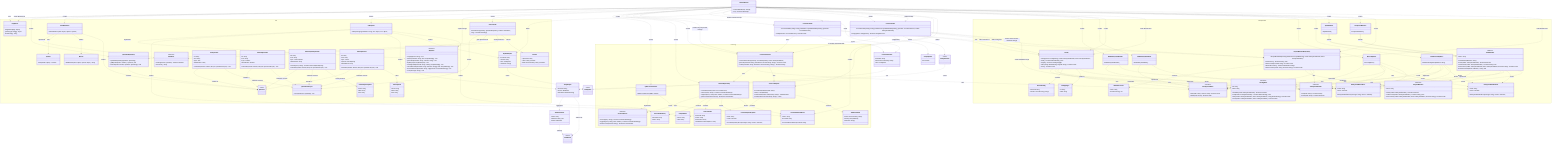
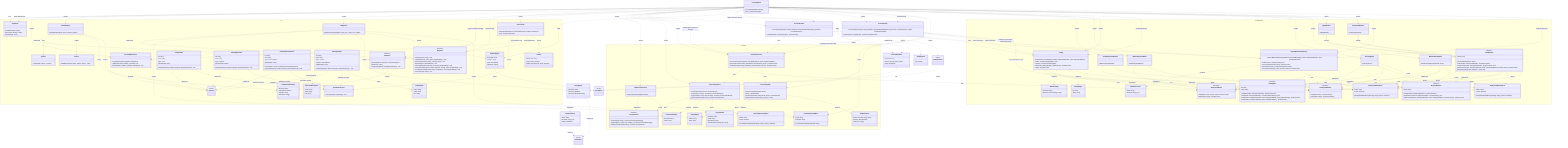
classDiagram
  direction TB

  class LicenseWizard {
    +LicenseWizard(args: string[])
    +run() Promise~Answer[]~
  }

  class LicenseInstaller {
    +LicenseInstaller(config: Config, manifests: ProjectManifestRepository, generator: LicenseGenerator)
    +install(selection: LicenseSelection) Promise~void~
  }

  class LicenseVerifier {
    +LicenseVerifier(config: Config, manifests: ProjectManifestRepository, generator: LicenseGenerator, reader: IFileSystemReader)
    +verify(options: VerifyOptions) Promise~VerifyOutcome~
  }

  class LicenseSelection {
    +licenseId: string
    +tokens: Record~string, string~
    +save: ConfigSave
  }

  class ConfigSave {
    <<union>>
  }

  class VerifyOptions {
    +fix: boolean
  }

  class VerifyOutcome {
    <<union>>
  }

  class VerifyReport {
    +licenseId: string
    +license: DriftStatus
    +manifests: ManifestCheck[]
  }

  class ManifestCheck {
    +name: string
    +declared: string | null
    +status: DriftStatus
  }

  class DriftStatus {
    <<union>>
  }

  namespace CLI {
    class FlagParser {
      +FlagParser(flags: object)
      +parse(args: string[]) object
      +formatHelp() string
    }

    class Orchestrator {
      +Orchestrator(repository: QuestionRepository, renderer: IRenderer)
      +run() Promise~Answer[]~
    }

    class IRenderer {
      <<interface>>
      +render(question: Question) Promise~Answer~
      +onCancel() string
+       +complete(summary: CompletionSummary) void
+     }
+ 
+     class CompletionSummary {
+       +licenseId: string
+       +customized: boolean
+       +savedTo: string
+       +manifests: string[]
    }

    class ClackRenderer {
      +ClackRenderer(meta: object, spinner: Spinner)
    }

    class IReporter {
      <<interface>>
      +usage(options: string) void
      +tokens(licenseId: string, slots: TemplateSlot[]) void
      +generated(licenseId: string, savedTo: string) void
      +dryRun(report: DryRunReport) void
      +missingFields(licenseId: string, missing: TemplateSlot[]) void
      +unknownFields(licenseId: string, unknown: string[], slots: TemplateSlot[]) void
      +licenseNotFound(licenseId: string, suggestions: LicenseIndexEntry[]) void
      +error(message: string) void
    }

    class DryRunReport {
      +licenseId: string
      +content: string
      +save: ConfigSave
      +manifests: string[]
    }

    class CliReporter {
      +CliReporter(programName: string, out?: object, err?: object)
    }

    class Banner {
      +buildBanner(meta: object, options: object) string
    }

    class Spinner {
      +start(handle: object) Function
    }

    class QuestionRepository {
      +QuestionRepository(questions: Question[])
      +getByIndex(index: number) Question | null
      +insertAt(index: number, questions: Question[]) void
    }

    class QuestionLifecycle {
      +inject(questions: Question[]) void
    }

    class Question {
      <<union>>
    }

    class TextQuestion {
      +id: string
      +text: string
      +type: "text"
      +defaultValue: string
      +onAnswer(answer: Answer, lifecycle: QuestionLifecycle) void
    }

    class ConfirmQuestion {
      +id: string
      +text: string
      +type: "confirm"
      +defaultValue: boolean
      +onAnswer(answer: Answer, lifecycle: QuestionLifecycle) void
    }

    class AutocompleteQuestion {
      +id: string
      +text: string
      +type: "autocomplete"
      +defaultValue: string
      +search(query: string) Promise~AutocompleteOption[]~
      +onAnswer(answer: Answer, lifecycle: QuestionLifecycle) void
    }

    class AutocompleteOption {
      +value: string
      +label: string
      +hint: string
    }

    class SelectQuestion {
      +id: string
      +text: string
      +type: "select"
      +options: SelectOption[]
      +defaultValue: string
      +onAnswer(answer: Answer, lifecycle: QuestionLifecycle) void
    }

    class SelectOption {
      +value: string
      +label: string
      +hint: string
    }

    class Answer {
      +questionId: string
      +value: string | boolean
      +fields: Record~string, string | boolean~
    }
  }

  namespace Licensing {
    class LicenseRepository {
      +LicenseRepository(source: ILicenseSource)
      +search(query: string) Promise~LicenseIndexEntry[]~
      +suggest(query: string, limit: number) Promise~LicenseIndexEntry[]~
      +getLicense(licenseId: string) Promise~LicenseDetail~
    }

    class LicenseRepositoryError {
      +name: string
      +cause: unknown
      +LicenseRepositoryError(message: string, cause?: unknown)
    }

    class LicenseNotFoundError {
      +name: string
      +licenseId: string
      +LicenseNotFoundError(licenseId: string)
    }

    class ILicenseSource {
      <<interface>>
      +search(query: string) Promise~LicenseIndexEntry[]~
      +suggest(query: string, limit: number) Promise~LicenseIndexEntry[]~
      +fetchLicense(licenseId: string) Promise~LicenseDetail~
    }

    class SpdxLicenseSource {
      +SpdxLicenseSource(ttlMs: number)
    }

    class LicenseIndexEntry {
      +licenseId: string
      +name: string
    }

    class LicenseDetail {
      +licenseId: string
      +name: string
      +licenseText: string
      +standardLicenseTemplate?: string
    }

    class LicenseTemplate {
      +LicenseTemplate(template: string)
      +slots() TemplateSlot[]
      +resolveSlots(entries: Map~string, string~) SlotResolution
      +render(values: Record~string, string~) string
    }

    class TemplateSlot {
      +token: string
      +label: string
    }

    class SlotResolution {
      +values: Record~string, string~
      +missing: TemplateSlot[]
      +unknown: string[]
    }

    class LicenseGenerator {
      +LicenseGenerator(repository: LicenseRepository, writer: IFileSystemWriter)
      +generate(licenseId: string, slotValues?: Record~string, string~) Promise~void~
      +render(licenseId: string, slotValues?: Record~string, string~) Promise~string~
    }
  }

  namespace Configuration {
    class IFileSystemReader {
      <<interface>>
      +read(path: string) Promise~string~
      +exists(path: string) Promise~boolean~
    }

    class IFileSystemWriter {
      <<interface>>
      +write(path: string, content: string) Promise~void~
      +delete(path: string) Promise~void~
    }

    class NodeFileSystemReader {
      +NodeFileSystemReader()
    }

    class NodeFileSystemWriter {
      +NodeFileSystemWriter()
    }

    class FileSystemReaderError {
      +name: string
      +cause: unknown
      +FileSystemReaderError(message: string, cause?: unknown)
    }

    class FileSystemWriterError {
      +name: string
      +cause: unknown
      +FileSystemWriterError(message: string, cause?: unknown)
    }

    class WizardConfig {
      +licenseId: string
      +tokens?: Record~string, string~
    }

    class ConfigTarget {
      +id: string
      +label: string
    }

    class IConfigStore {
      <<interface>>
      +id: string
      +label: string
      +available(reader: IFileSystemReader) Promise~boolean~
      +read(reader: IFileSystemReader) Promise~WizardConfig | null~
      +write(reader: IFileSystemReader, writer: IFileSystemWriter, config: WizardConfig) Promise~void~
      +clear(reader: IFileSystemReader, writer: IFileSystemWriter) Promise~void~
    }

    class RcConfigStore {
      +RcConfigStore()
    }

    class ManifestConfigStore {
      +ManifestConfigStore(fileName: string)
    }

    class Config {
      +Config(stores: IConfigStore[], reader: IFileSystemReader, writer: IFileSystemWriter)
      +read() Promise~WizardConfig | null~
      +targets() Promise~ConfigTarget[]~
      +write(config: WizardConfig, targetId: string) Promise~void~
      +clear() Promise~void~
    }

    class IProjectManifest {
      <<interface>>
      +name: string
      +exists(reader: IFileSystemReader) Promise~boolean~
      +readLicense(reader: IFileSystemReader) Promise~string | null~
      +writeLicense(reader: IFileSystemReader, writer: IFileSystemWriter, licenseId: string) Promise~void~
    }

    class JsonManifest {
      <<abstract>>
      +JsonManifest(fileName: string)
      +name: string
      +exists(reader: IFileSystemReader) Promise~boolean~
      +readLicense(reader: IFileSystemReader) Promise~string | null~
      +writeLicense(reader: IFileSystemReader, writer: IFileSystemWriter, licenseId: string) Promise~void~
      #extractLicenseId(value: unknown)* string | null
    }

    class NpmManifest {
      +NpmManifest()
    }

    class ComposerManifest {
      +ComposerManifest()
    }

    class ProjectManifestRepository {
      +ProjectManifestRepository(manifests: IProjectManifest[], reader: IFileSystemReader, writer: IFileSystemWriter)
      +readLicense() Promise~string | null~
      +writeLicense(licenseId: string) Promise~void~
      +declaredLicenses() Promise~ManifestLicense[]~
      +writeLicenseTo(name: string, licenseId: string) Promise~void~
    }

    class ManifestLicense {
      +name: string
      +licenseId: string | null
    }
  }

  TextQuestion ..|> Question : member of
  ConfirmQuestion ..|> Question : member of
  AutocompleteQuestion ..|> Question : member of
  SelectQuestion ..|> Question : member of
  TextQuestion ..> QuestionLifecycle : onAnswer receives
  ConfirmQuestion ..> QuestionLifecycle : onAnswer receives
  AutocompleteQuestion ..> QuestionLifecycle : onAnswer receives
  SelectQuestion ..> QuestionLifecycle : onAnswer receives
  SelectQuestion ..> SelectOption : offers
  Orchestrator ..> QuestionLifecycle : creates
  ClackRenderer ..|> IRenderer : implements
  ClackRenderer ..> Spinner : uses
  ClackRenderer ..> Banner : renders
+   IRenderer ..> CompletionSummary : renders
+   ClackRenderer ..> CompletionSummary : renders
  CliReporter ..|> IReporter : implements
  CliReporter ..> TemplateSlot : renders
  CliReporter ..> VerifyReport : renders
  CliReporter ..> DryRunReport : renders
  LicenseWizard ..> FlagParser : uses
  LicenseWizard ..> FlagParser : reads defaults from
  LicenseWizard ..> QuestionRepository : creates
  LicenseWizard ..> ClackRenderer : creates
  LicenseWizard ..> CliReporter : creates
+   LicenseWizard ..> IRenderer : reports completion through
  LicenseWizard ..> IReporter : reports through
  LicenseWizard ..> Orchestrator : creates
  LicenseWizard ..> SpdxLicenseSource : creates
  LicenseWizard ..> LicenseRepository : creates
  LicenseWizard ..> LicenseGenerator : creates
  LicenseWizard ..> LicenseGenerator : renders dry-run preview through
  LicenseWizard ..> LicenseInstaller : creates
  LicenseWizard ..> LicenseInstaller : applies selection through
  LicenseWizard ..> LicenseSelection : builds
  LicenseWizard ..> DryRunReport : builds
  LicenseWizard ..> LicenseVerifier : creates
  LicenseWizard ..> LicenseVerifier : verifies through
  LicenseInstaller ..> Config : uses
  LicenseInstaller ..> ProjectManifestRepository : writes selection to
  LicenseInstaller ..> LicenseGenerator : uses
  LicenseInstaller ..> LicenseSelection : applies
  LicenseVerifier ..> Config : reads config from
  LicenseVerifier ..> ProjectManifestRepository : checks and reconciles manifests through
  LicenseVerifier ..> LicenseGenerator : re-renders and rewrites with
  LicenseVerifier ..> IFileSystemReader : reads LICENSE through
  LicenseVerifier ..> VerifyOptions : configured by
  LicenseVerifier ..> VerifyOutcome : returns
  VerifyOutcome ..> VerifyReport : carries
  VerifyReport ..> ManifestCheck : aggregates
  VerifyReport ..> DriftStatus : statuses by
  ManifestCheck ..> DriftStatus : status by
  ProjectManifestRepository ..> ManifestLicense : produces
  LicenseSelection ..> ConfigSave : has
  DryRunReport ..> ConfigSave : carries
  Orchestrator ..> QuestionRepository : gets questions from
  Orchestrator ..> IRenderer : feeds questions to
  ClackRenderer ..> Question : renders
  QuestionRepository ..> Question : produces
  AutocompleteQuestion ..> AutocompleteOption : search produces
  Orchestrator ..> Answer : collects
  SpdxLicenseSource ..|> ILicenseSource : implements
  LicenseRepository ..> ILicenseSource : uses
  LicenseRepository ..> LicenseIndexEntry : produces
  LicenseRepository ..> LicenseDetail : produces
  LicenseRepository ..> LicenseRepositoryError : throws
  LicenseRepository ..> LicenseNotFoundError : throws
  SpdxLicenseSource ..> LicenseNotFoundError : throws
  LicenseWizard ..> LicenseNotFoundError : handles
  CliReporter ..> LicenseIndexEntry : renders
  LicenseGenerator ..> LicenseRepository : uses
  LicenseGenerator ..> IFileSystemWriter : uses
  LicenseGenerator ..> LicenseTemplate : uses
  LicenseTemplate ..> TemplateSlot : produces
  LicenseTemplate ..> SlotResolution : produces
  LicenseWizard ..> LicenseTemplate : creates
  NodeFileSystemReader ..|> IFileSystemReader : implements
  NodeFileSystemWriter ..|> IFileSystemWriter : implements
  NodeFileSystemReader ..> FileSystemReaderError : throws
  NodeFileSystemWriter ..> FileSystemWriterError : throws
  Config ..> IConfigStore : coordinates
  Config ..> IFileSystemReader : uses
  Config ..> IFileSystemWriter : uses
  Config ..> WizardConfig : produces
  Config ..> ConfigTarget : produces
  Config ..> FileSystemWriterError : throws
  RcConfigStore ..|> IConfigStore : implements
  ManifestConfigStore ..|> IConfigStore : implements
  RcConfigStore ..> IFileSystemReader : uses
  RcConfigStore ..> IFileSystemWriter : uses
  RcConfigStore ..> FileSystemReaderError : throws
  RcConfigStore ..> FileSystemWriterError : throws
  ManifestConfigStore ..> IFileSystemReader : uses
  ManifestConfigStore ..> IFileSystemWriter : uses
  ManifestConfigStore ..> FileSystemReaderError : throws
  ManifestConfigStore ..> FileSystemWriterError : throws
  JsonManifest ..|> IProjectManifest : implements
  NpmManifest --|> JsonManifest : extends
  ComposerManifest --|> JsonManifest : extends
  JsonManifest ..> IFileSystemReader : uses
  JsonManifest ..> IFileSystemWriter : uses
  JsonManifest ..> FileSystemReaderError : throws
  JsonManifest ..> FileSystemWriterError : throws
  ProjectManifestRepository ..> IProjectManifest : coordinates
  ProjectManifestRepository ..> IFileSystemReader : uses
  ProjectManifestRepository ..> IFileSystemWriter : uses
  LicenseWizard ..> NodeFileSystemReader : creates
  LicenseWizard ..> NodeFileSystemWriter : creates
  LicenseWizard ..> Config : creates
  LicenseWizard ..> Config : reads defaults from
  LicenseWizard ..> RcConfigStore : creates
  LicenseWizard ..> ManifestConfigStore : creates
  LicenseWizard ..> NpmManifest : creates
  LicenseWizard ..> ComposerManifest : creates
  LicenseWizard ..> ProjectManifestRepository : creates
  LicenseWizard ..> ProjectManifestRepository : reads defaults from
